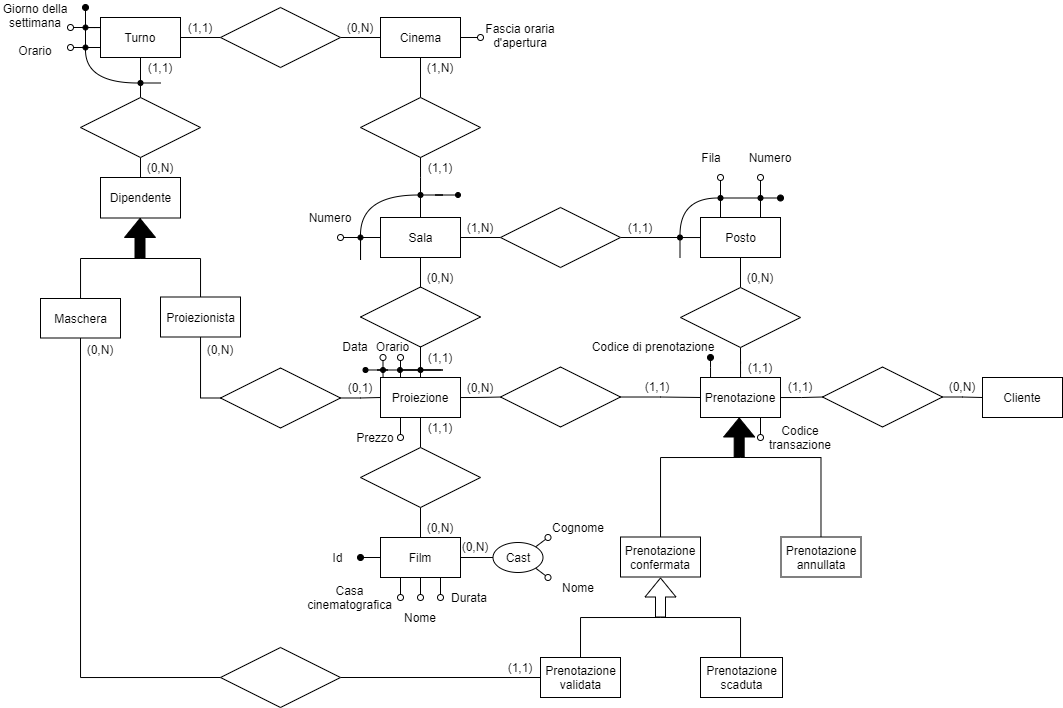
This is docs/media/er_diagrams/er_6.png from buracchi/cinema-management-system, a draw.io export, as it was before one commit. Source tidied: cells renumbered, new cells last; positions are measured from the earlier drawing's top-left corner, leaving out a move shared by most shapes.
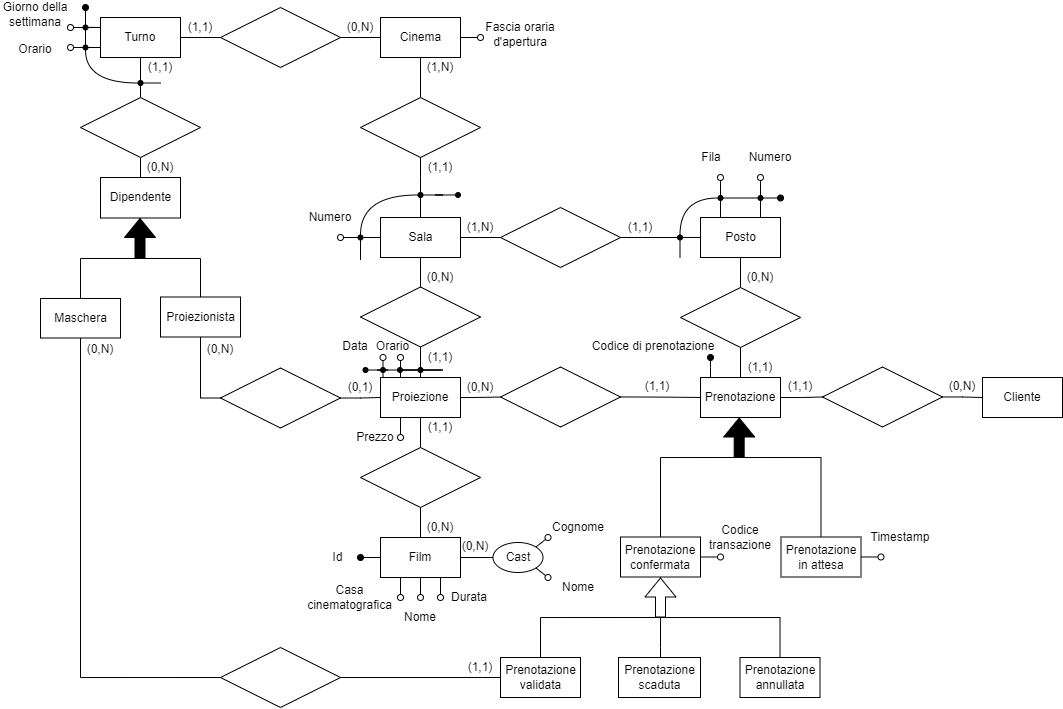
Above is the later version.

Diff of the diagram source:
```diff
@@ -112,9 +112,9 @@
     <mxCell id="30" style="edgeStyle=orthogonalEdgeStyle;curved=1;rounded=0;jettySize=auto;html=1;entryX=0.5;entryY=1;entryDx=0;entryDy=0;endArrow=none;endFill=0;" parent="1" edge="1" source="33" target="103">
       <mxGeometry relative="1" as="geometry" />
     </mxCell>
-    <mxCell id="31" style="edgeStyle=orthogonalEdgeStyle;curved=1;rounded=0;jettySize=auto;html=1;endArrow=oval;endFill=0;exitX=0.75;exitY=1;exitDx=0;exitDy=0;" parent="1" edge="1" source="33">
+    <mxCell id="31" style="edgeStyle=orthogonalEdgeStyle;rounded=0;jettySize=auto;html=1;endArrow=oval;endFill=0;exitX=1;exitY=0.5;exitDx=0;exitDy=0;" parent="1" edge="1" source="105">
       <mxGeometry relative="1" as="geometry">
-        <mxPoint x="760" y="432" as="targetPoint" />
+        <mxPoint x="720" y="552" as="targetPoint" />
       </mxGeometry>
     </mxCell>
     <mxCell id="32" style="edgeStyle=orthogonalEdgeStyle;rounded=0;jettySize=auto;html=1;entryX=0;entryY=0.5;entryDx=0;entryDy=0;endArrow=none;endFill=0;" parent="1" edge="1" source="33" target="151">
@@ -281,25 +281,20 @@
       <mxGeometry x="677" y="229.5" width="5" height="5" as="geometry" />
     </mxCell>
     <mxCell id="75" value="Prenotazione&lt;br&gt;validata" style="html=1;sketch=0;" parent="1" vertex="1">
-      <mxGeometry x="540" y="652" width="80" height="40" as="geometry" />
+      <mxGeometry x="500" y="652" width="80" height="40" as="geometry" />
     </mxCell>
     <mxCell id="76" style="edgeStyle=orthogonalEdgeStyle;rounded=0;jettySize=auto;html=1;endArrow=none;endFill=0;" parent="1" edge="1" source="77">
       <mxGeometry relative="1" as="geometry">
         <mxPoint x="660" y="612" as="targetPoint" />
         <Array as="points">
-          <mxPoint x="740" y="612" />
+          <mxPoint x="660" y="642" />
+          <mxPoint x="660" y="642" />
         </Array>
       </mxGeometry>
     </mxCell>
     <mxCell id="77" value="Prenotazione&lt;br&gt;scaduta" style="html=1;sketch=0;" parent="1" vertex="1">
-      <mxGeometry x="700" y="652" width="82" height="40" as="geometry" />
+      <mxGeometry x="618" y="652" width="82" height="40" as="geometry" />
     </mxCell>
-    <mxCell id="78" style="shape=flexArrow;endArrow=classic;html=1;fillColor=#FFFFFF;sketch=0;" parent="1" edge="1">
-      <mxGeometry relative="1" as="geometry">
-        <mxPoint x="660" y="612" as="sourcePoint" />
-        <mxPoint x="660" y="572" as="targetPoint" />
-      </mxGeometry>
-    </mxCell>
     <mxCell id="79" value="(1,1)" style="text;html=1;strokeColor=none;fillColor=none;align=center;verticalAlign=middle;whiteSpace=wrap;sketch=0;" parent="1" vertex="1">
       <mxGeometry x="420" y="412" width="40" height="20" as="geometry" />
     </mxCell>
@@ -331,7 +326,7 @@
       <mxGeometry x="200" y="334" width="40" height="20" as="geometry" />
     </mxCell>
     <mxCell id="89" value="(1,1)" style="text;html=1;strokeColor=none;fillColor=none;align=center;verticalAlign=middle;whiteSpace=wrap;sketch=0;" parent="1" vertex="1">
-      <mxGeometry x="500" y="652" width="40" height="20" as="geometry" />
+      <mxGeometry x="460" y="652" width="40" height="20" as="geometry" />
     </mxCell>
     <mxCell id="90" value="(1,1)" style="text;html=1;strokeColor=none;fillColor=none;align=center;verticalAlign=middle;whiteSpace=wrap;sketch=0;" parent="1" vertex="1">
       <mxGeometry x="180" y="12" width="40" height="20" as="geometry" />
@@ -396,7 +391,12 @@
         </Array>
       </mxGeometry>
     </mxCell>
+    <mxCell id="154" style="edgeStyle=orthogonalEdgeStyle;rounded=0;jettySize=auto;html=1;endArrow=oval;endFill=0;" parent="1" edge="1" source="107">
+      <mxGeometry relative="1" as="geometry">
+        <mxPoint x="880" y="552" as="targetPoint" />
+      </mxGeometry>
+    </mxCell>
-    <mxCell id="107" value="Prenotazione&lt;br&gt;annullata" style="whiteSpace=wrap;html=1;sketch=0;" parent="1" vertex="1">
+    <mxCell id="107" value="Prenotazione&lt;br&gt;in attesa" style="whiteSpace=wrap;html=1;sketch=0;" parent="1" vertex="1">
       <mxGeometry x="780.5" y="531.5" width="80" height="40" as="geometry" />
     </mxCell>
     <mxCell id="108" style="shape=flexArrow;endArrow=classic;html=1;fillColor=#000000;sketch=0;" parent="1" edge="1">
@@ -409,7 +409,7 @@
       <mxGeometry relative="1" as="geometry">
         <mxPoint x="660" y="612" as="targetPoint" />
         <Array as="points">
-          <mxPoint x="580" y="612" />
+          <mxPoint x="540" y="612" />
         </Array>
       </mxGeometry>
     </mxCell>
@@ -542,7 +542,7 @@
       <mxGeometry relative="1" as="geometry" />
     </mxCell>
     <mxCell id="145" value="Codice transazione" style="text;html=1;strokeColor=none;fillColor=none;align=center;verticalAlign=middle;whiteSpace=wrap;sketch=0;" parent="1" vertex="1">
-      <mxGeometry x="770" y="421.5" width="60" height="20" as="geometry" />
+      <mxGeometry x="710" y="521.5" width="60" height="20" as="geometry" />
     </mxCell>
     <mxCell id="146" style="edgeStyle=none;rounded=0;jettySize=auto;html=1;endArrow=oval;endFill=1;" parent="1" edge="1" source="147">
       <mxGeometry relative="1" as="geometry">
@@ -570,5 +570,25 @@
     <mxCell id="153" value="(0,N)" style="text;html=1;strokeColor=none;fillColor=none;align=center;verticalAlign=middle;whiteSpace=wrap;rounded=0;" parent="1" vertex="1">
       <mxGeometry x="942" y="370.5" width="40" height="20" as="geometry" />
     </mxCell>
+    <mxCell id="155" style="edgeStyle=orthogonalEdgeStyle;rounded=0;jettySize=auto;html=1;endArrow=none;endFill=0;" parent="1" edge="1" source="156" target="105">
+      <mxGeometry relative="1" as="geometry">
+        <Array as="points">
+          <mxPoint x="780" y="612" />
+          <mxPoint x="660" y="612" />
+        </Array>
+      </mxGeometry>
+    </mxCell>
+    <mxCell id="156" value="Prenotazione&lt;br&gt;annullata" style="whiteSpace=wrap;html=1;sketch=0;" parent="1" vertex="1">
+      <mxGeometry x="739.5" y="652" width="80" height="40" as="geometry" />
+    </mxCell>
+    <mxCell id="78" style="shape=flexArrow;endArrow=classic;html=1;fillColor=#FFFFFF;sketch=0;" parent="1" edge="1">
+      <mxGeometry relative="1" as="geometry">
+        <mxPoint x="660" y="612" as="sourcePoint" />
+        <mxPoint x="660" y="572" as="targetPoint" />
+      </mxGeometry>
+    </mxCell>
+    <mxCell id="157" value="Timestamp" style="text;html=1;strokeColor=none;fillColor=none;align=center;verticalAlign=middle;whiteSpace=wrap;sketch=0;" parent="1" vertex="1">
+      <mxGeometry x="870" y="521.5" width="60" height="20" as="geometry" />
+    </mxCell>
   </root>
 </mxGraphModel>
```
